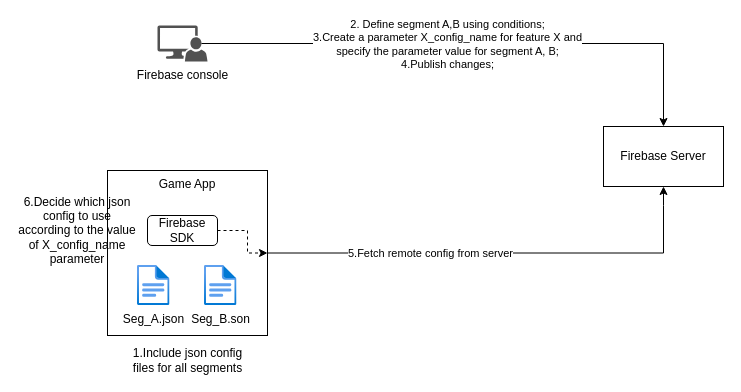
The draw.io diagram RemoteConfigSegementSolution.drawio in yaohuiwu/SimpleFS, before the edit. Source tidied: cells renumbered, new cells numbered last; positions are measured from the earlier drawing's top-left corner, leaving out a move shared by most shapes. Both pictures are drawn from the tidied source at 100%, with x=0, y=0 at pixel (17, 25).
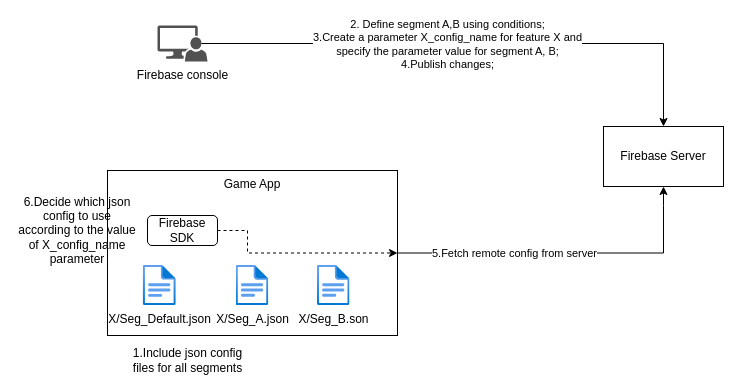
The same diagram, later.

Diff of the diagram source:
```diff
@@
     <mxCell id="7" value="Game App" style="rounded=0;whiteSpace=wrap;html=1;verticalAlign=top;" parent="1" vertex="1">
-      <mxGeometry x="90" y="145" width="160" height="165" as="geometry" />
+      <mxGeometry x="90" y="145" width="290" height="165" as="geometry" />
     </mxCell>
@@
-    <mxCell id="10" value="Seg_A.json" style="image;html=1;align=center;fontSize=12;image=img/lib/azure2/general/File.svg;" parent="1" vertex="1">
-      <mxGeometry x="120" y="240" width="32.5" height="40" as="geometry" />
+    <mxCell id="10" value="X/Seg_A.json" style="image;html=1;align=center;fontSize=12;image=img/lib/azure2/general/File.svg;" parent="1" vertex="1">
+      <mxGeometry x="218.8" y="240" width="32.5" height="40" as="geometry" />
     </mxCell>
-    <mxCell id="11" value="Seg_B.son" style="image;html=1;align=center;fontSize=12;image=img/lib/azure2/general/File.svg;" parent="1" vertex="1">
-      <mxGeometry x="187" y="240" width="32.5" height="40" as="geometry" />
+    <mxCell id="11" value="X/Seg_B.son" style="image;html=1;align=center;fontSize=12;image=img/lib/azure2/general/File.svg;" parent="1" vertex="1">
+      <mxGeometry x="300" y="240" width="32.5" height="40" as="geometry" />
     </mxCell>
@@
+    <mxCell id="15" value="X/Seg_Default.json" style="image;html=1;align=center;fontSize=12;image=img/lib/azure2/general/File.svg;" parent="1" vertex="1">
+      <mxGeometry x="120" y="240" width="44.5" height="40" as="geometry" />
+    </mxCell>
```
